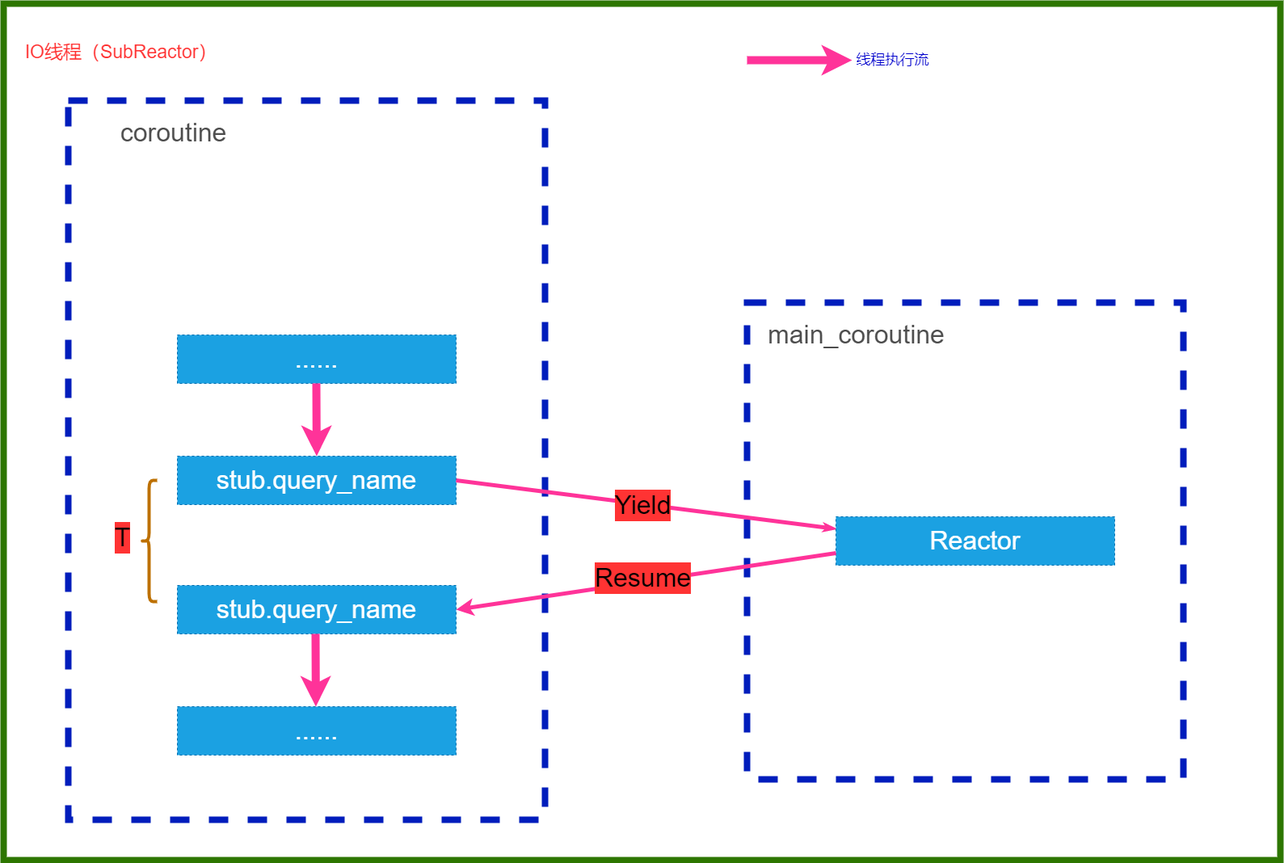
Before: imgs/block_async_call.drawio.png, a diagram exported from draw.io (Gooddbird/tinyrpc). Source tidied: cells renumbered, new cells last; positions are measured from the earlier drawing's top-left corner, leaving out a move shared by most shapes.
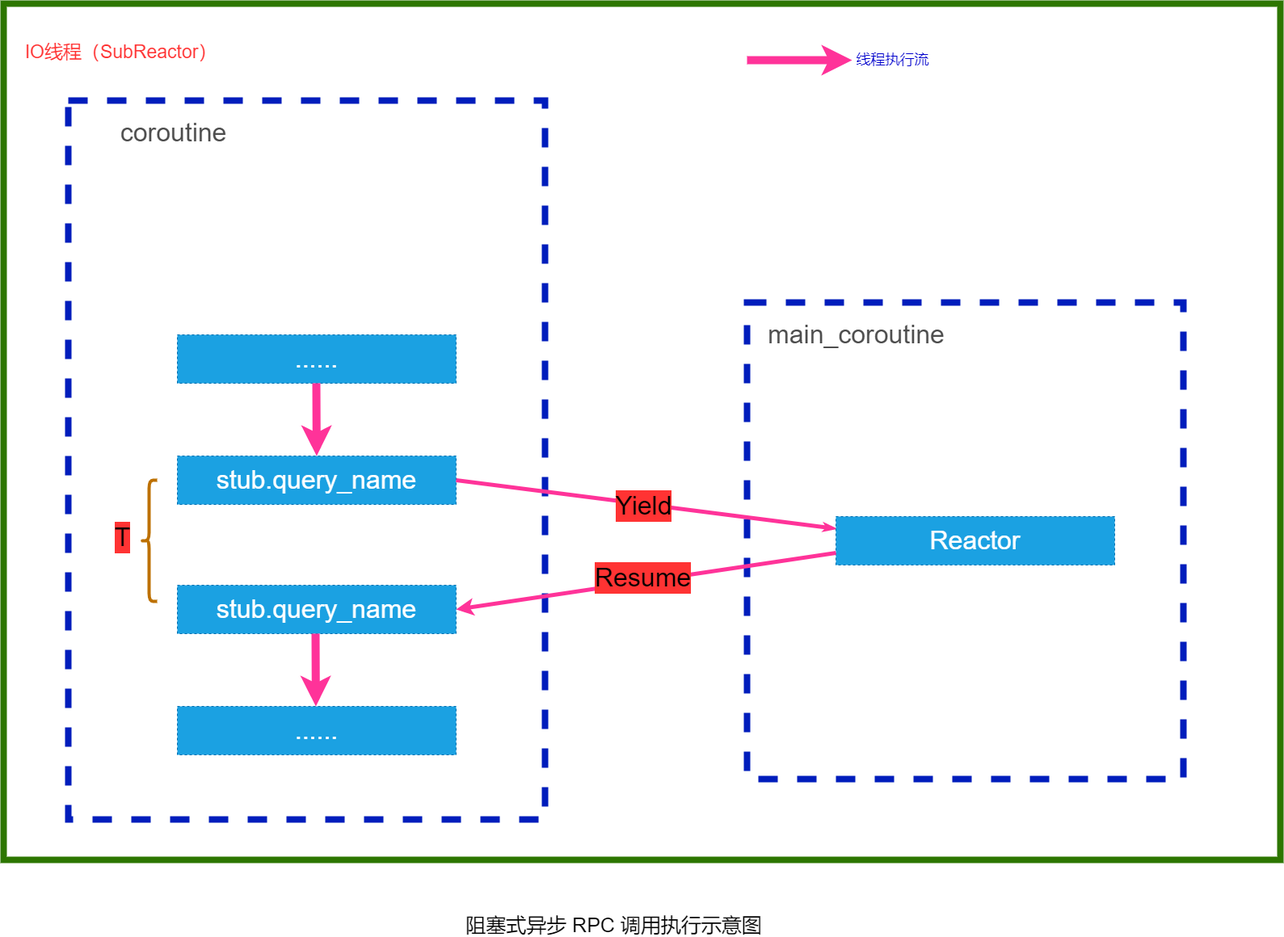
Above is the later version.

Change to the diagram source:
```diff
@@ -77,5 +77,8 @@
         <mxPoint x="-14" y="-5" as="offset" />
       </mxGeometry>
     </mxCell>
+    <mxCell id="23" value="&lt;font style=&quot;font-size: 25px&quot;&gt;阻塞式异步 RPC 调用执行示意图&lt;/font&gt;" style="text;html=1;align=center;verticalAlign=middle;strokeColor=none;fillColor=none;fontSize=19;fontColor=#000000;" parent="1" vertex="1">
+      <mxGeometry x="565" y="1125" width="380" height="30" as="geometry" />
+    </mxCell>
   </root>
 </mxGraphModel>
```
